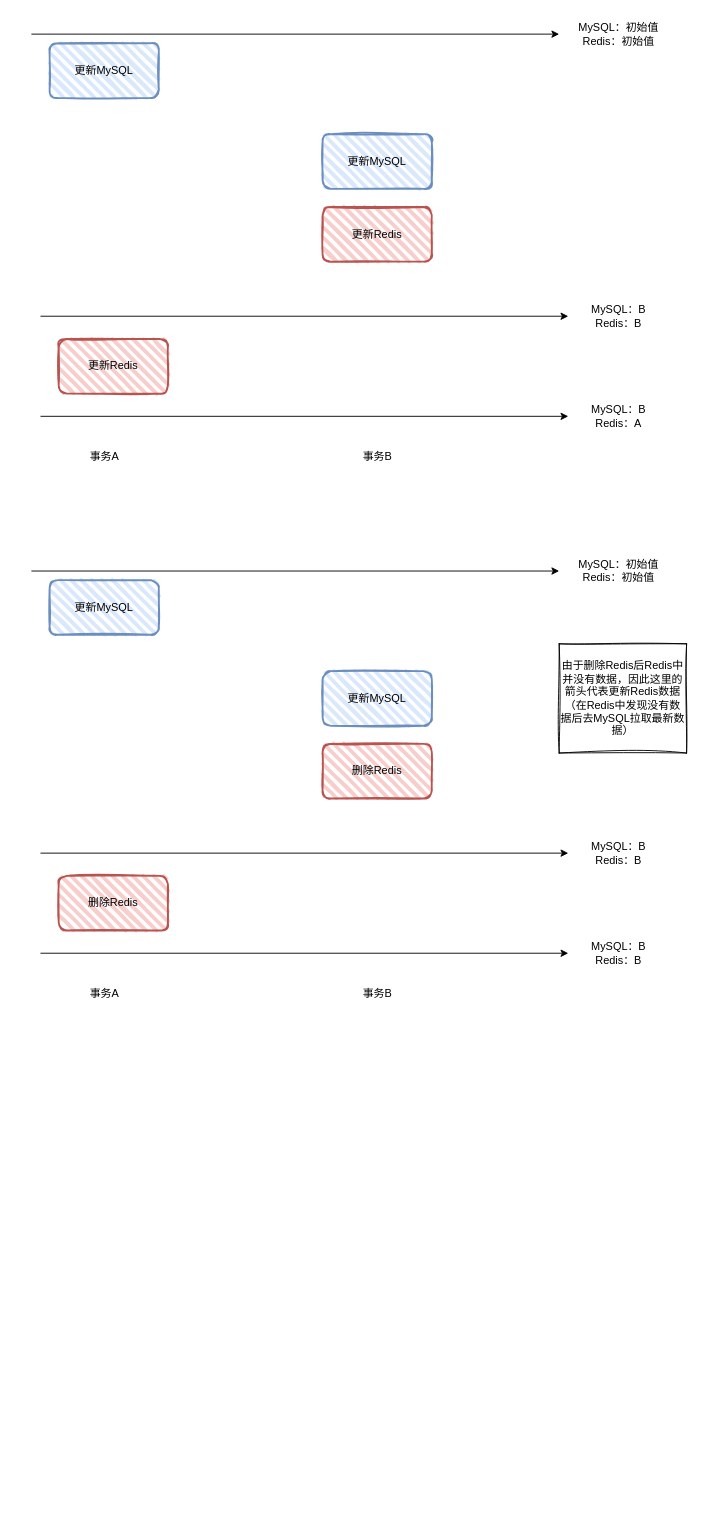
Earlier version of the draw.io diagram 未命名绘图.drawio (578223592/for-draw-io). Source tidied: cells renumbered, new cells numbered last; positions are measured from the earlier drawing's top-left corner, leaving out a move shared by most shapes. Both pictures are drawn from the tidied source at 91%, with x=0, y=0 at pixel (31, 15).
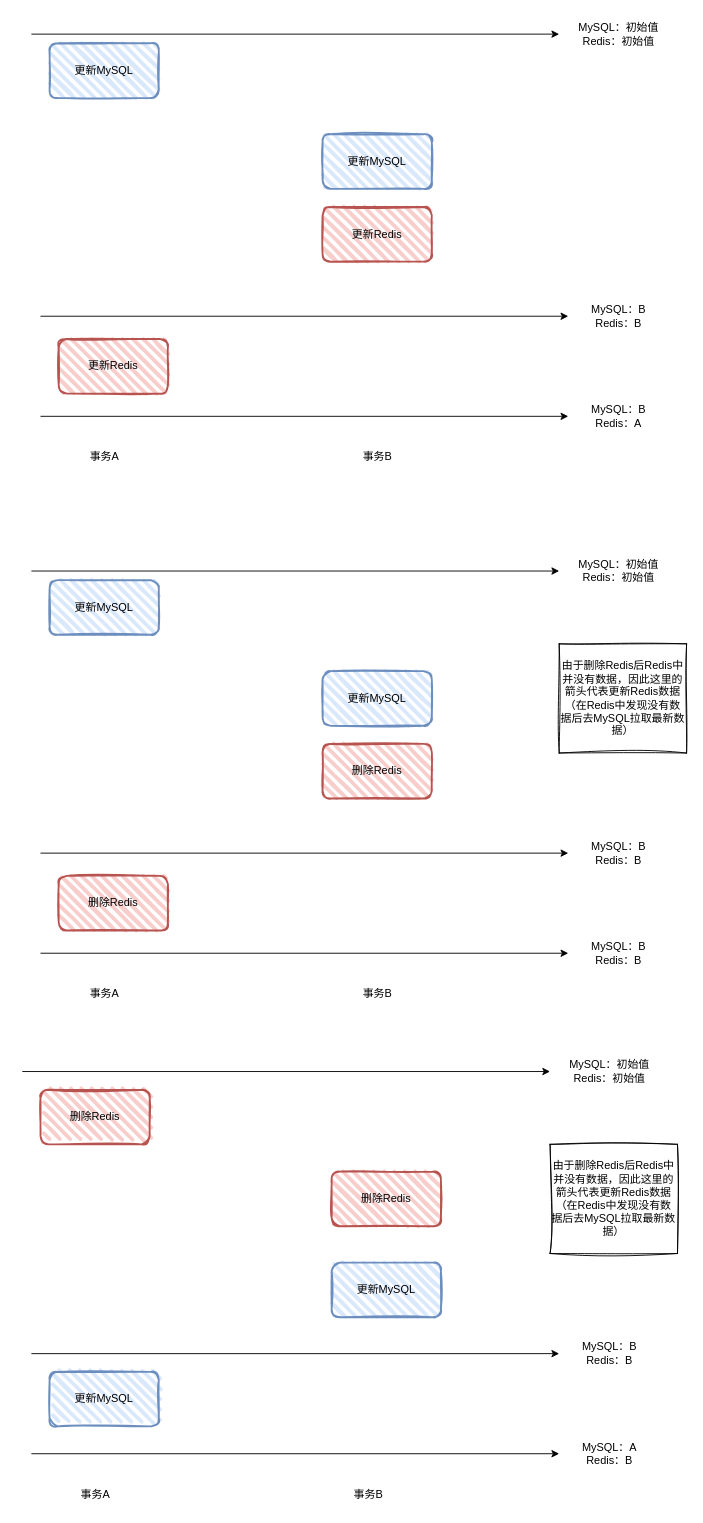
Above is the later version.

Commit message:
更新未命名绘图.drawio

Diff of the diagram source:
```diff
@@
+    <mxCell id="27" value="更新MySQL" style="rounded=1;whiteSpace=wrap;html=1;strokeWidth=2;fillWeight=4;hachureGap=8;hachureAngle=45;fillColor=#dae8fc;sketch=1;strokeColor=#6c8ebf;" parent="1" vertex="1">
+      <mxGeometry x="330" y="1370" width="120" height="60" as="geometry" />
+    </mxCell>
+    <mxCell id="28" value="删除Redis" style="rounded=1;whiteSpace=wrap;html=1;strokeWidth=2;fillWeight=4;hachureGap=8;hachureAngle=45;fillColor=#f8cecc;sketch=1;strokeColor=#b85450;" parent="1" vertex="1">
+      <mxGeometry x="330" y="1270" width="120" height="60" as="geometry" />
+    </mxCell>
+    <mxCell id="29" value="事务B" style="text;html=1;align=center;verticalAlign=middle;strokeColor=none;fillColor=none;" parent="1" vertex="1">
+      <mxGeometry x="340" y="1610" width="60" height="30" as="geometry" />
+    </mxCell>
+    <mxCell id="30" value="更新MySQL" style="rounded=1;whiteSpace=wrap;html=1;strokeWidth=2;fillWeight=4;hachureGap=8;hachureAngle=45;fillColor=#dae8fc;sketch=1;strokeColor=#6c8ebf;" parent="1" vertex="1">
+      <mxGeometry x="20" y="1490" width="120" height="60" as="geometry" />
+    </mxCell>
+    <mxCell id="31" value="删除Redis" style="rounded=1;whiteSpace=wrap;html=1;strokeWidth=2;fillWeight=4;hachureGap=8;hachureAngle=45;fillColor=#f8cecc;sketch=1;strokeColor=#b85450;" parent="1" vertex="1">
+      <mxGeometry x="10" y="1180" width="120" height="60" as="geometry" />
+    </mxCell>
+    <mxCell id="32" value="事务A" style="text;html=1;align=center;verticalAlign=middle;strokeColor=none;fillColor=none;" parent="1" vertex="1">
+      <mxGeometry x="40" y="1610" width="60" height="30" as="geometry" />
+    </mxCell>
+    <mxCell id="33" style="endArrow=classic;html=1;rounded=0;" parent="1" edge="1">
+      <mxGeometry relative="1" as="geometry">
+        <mxPoint x="-10" y="1160" as="sourcePoint" />
+        <mxPoint x="570" y="1160" as="targetPoint" />
+      </mxGeometry>
+    </mxCell>
+    <mxCell id="34" value="MySQL：初始值&lt;br&gt;Redis：初始值" style="text;html=1;align=center;verticalAlign=middle;strokeColor=none;fillColor=none;" parent="1" vertex="1">
+      <mxGeometry x="580" y="1140" width="110" height="40" as="geometry" />
+    </mxCell>
+    <mxCell id="35" style="endArrow=classic;html=1;rounded=0;" parent="1" edge="1">
+      <mxGeometry relative="1" as="geometry">
+        <mxPoint y="1470" as="sourcePoint" />
+        <mxPoint x="580" y="1470" as="targetPoint" />
+      </mxGeometry>
+    </mxCell>
+    <mxCell id="36" value="MySQL：B&lt;br&gt;Redis：B" style="text;html=1;align=center;verticalAlign=middle;strokeColor=none;fillColor=none;" parent="1" vertex="1">
+      <mxGeometry x="595" y="1450" width="80" height="40" as="geometry" />
+    </mxCell>
+    <mxCell id="37" style="endArrow=classic;html=1;rounded=0;" parent="1" edge="1">
+      <mxGeometry relative="1" as="geometry">
+        <mxPoint y="1580" as="sourcePoint" />
+        <mxPoint x="580" y="1580" as="targetPoint" />
+      </mxGeometry>
+    </mxCell>
+    <mxCell id="38" value="MySQL：A&lt;br&gt;Redis：B" style="text;html=1;align=center;verticalAlign=middle;strokeColor=none;fillColor=none;" parent="1" vertex="1">
+      <mxGeometry x="595" y="1560" width="80" height="40" as="geometry" />
+    </mxCell>
+    <mxCell id="39" value="由于删除Redis后Redis中并没有数据，因此这里的箭头代表更新Redis数据（在Redis中发现没有数据后去MySQL拉取最新数据）" style="rounded=0;whiteSpace=wrap;html=1;sketch=1;curveFitting=1;jiggle=2;" parent="1" vertex="1">
+      <mxGeometry x="570" y="1240" width="140" height="120" as="geometry" />
+    </mxCell>
```
